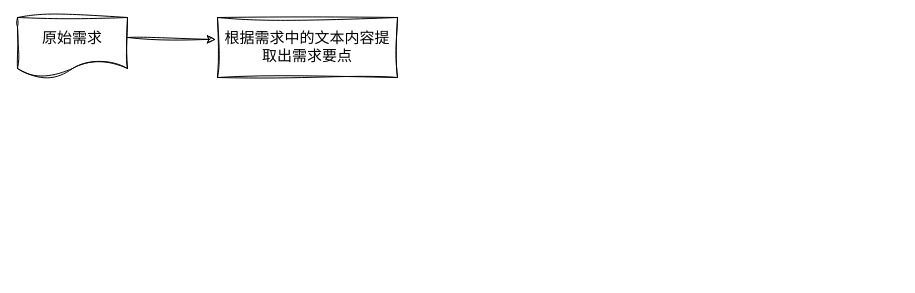
skindhu/9GAG keeps this draw.io diagram as 需求优化工作流.drawio. Above is the earlier version. Source tidied: cells renumbered, new cells numbered last; positions are measured from the earlier drawing's top-left corner, leaving out a move shared by most shapes. Both pictures are drawn from the tidied source at 100%, with x=0, y=0 at pixel (17, 17).
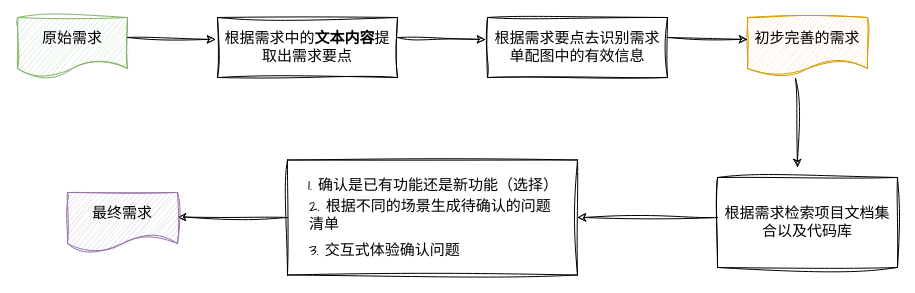
The same page after the edit.

Commit message (it also covers changes not shown here):
更新需求优化工作流.drawio

The edit, as a diff of the source:
```diff
@@
-    <mxCell id="2" value="&lt;font style=&quot;font-size: 15px;&quot;&gt;原始需求&lt;/font&gt;" style="shape=document;whiteSpace=wrap;html=1;boundedLbl=1;sketch=1;hachureGap=4;jiggle=2;curveFitting=1;fontFamily=Architects Daughter;" parent="1" vertex="1">
+    <mxCell id="2" value="&lt;font style=&quot;font-size: 15px;&quot;&gt;原始需求&lt;/font&gt;" style="shape=document;whiteSpace=wrap;html=1;boundedLbl=1;sketch=1;hachureGap=4;jiggle=2;curveFitting=1;fontFamily=Architects Daughter;fillColor=#d5e8d4;strokeColor=#82b366;" parent="1" vertex="1">
       <mxGeometry width="110" height="60" as="geometry" />
     </mxCell>
-    <mxCell id="3" value="&lt;font style=&quot;font-size: 15px;&quot;&gt;根据需求中的文本内容提取出需求要点&lt;/font&gt;" style="rounded=0;whiteSpace=wrap;html=1;sketch=1;hachureGap=4;jiggle=2;curveFitting=1;fontFamily=Architects Daughter;" parent="1" vertex="1">
+    <mxCell id="3" value="&lt;font style=&quot;font-size: 15px;&quot;&gt;根据需求中的&lt;b&gt;文本内容&lt;/b&gt;提取出需求要点&lt;/font&gt;" style="rounded=0;whiteSpace=wrap;html=1;sketch=1;hachureGap=4;jiggle=2;curveFitting=1;fontFamily=Architects Daughter;" parent="1" vertex="1">
       <mxGeometry x="200" width="180" height="60" as="geometry" />
     </mxCell>
@@
+    <mxCell id="5" value="&lt;span style=&quot;font-size: 15px;&quot;&gt;根据需求要点去识别需求单配图中的有效信息&lt;/span&gt;" style="rounded=0;whiteSpace=wrap;html=1;sketch=1;hachureGap=4;jiggle=2;curveFitting=1;fontFamily=Architects Daughter;" parent="1" vertex="1">
+      <mxGeometry x="470" width="180" height="60" as="geometry" />
+    </mxCell>
+    <mxCell id="6" style="endArrow=classic;html=1;rounded=0;sketch=1;hachureGap=4;jiggle=2;curveFitting=1;fontFamily=Architects Daughter;entryX=-0.011;entryY=0.367;entryDx=0;entryDy=0;entryPerimeter=0;" parent="1" edge="1">
+      <mxGeometry relative="1" as="geometry">
+        <mxPoint x="380" y="20" as="sourcePoint" />
+        <mxPoint x="468" y="22" as="targetPoint" />
+      </mxGeometry>
+    </mxCell>
+    <mxCell id="7" value="&lt;font style=&quot;font-size: 15px;&quot;&gt;初步完善的需求&lt;/font&gt;" style="shape=document;whiteSpace=wrap;html=1;boundedLbl=1;sketch=1;hachureGap=4;jiggle=2;curveFitting=1;fontFamily=Architects Daughter;fillColor=#ffe6cc;strokeColor=#d79b00;" parent="1" vertex="1">
+      <mxGeometry x="730" width="120" height="60" as="geometry" />
+    </mxCell>
+    <mxCell id="8" style="endArrow=classic;html=1;rounded=0;sketch=1;hachureGap=4;jiggle=2;curveFitting=1;fontFamily=Architects Daughter;" parent="1" edge="1">
+      <mxGeometry relative="1" as="geometry">
+        <mxPoint x="650" y="20" as="sourcePoint" />
+        <mxPoint x="730" y="22" as="targetPoint" />
+      </mxGeometry>
+    </mxCell>
+    <mxCell id="9" value="&lt;span style=&quot;font-size: 15px;&quot;&gt;根据需求检索项目文档集合以及代码库&lt;/span&gt;" style="rounded=0;whiteSpace=wrap;html=1;sketch=1;hachureGap=4;jiggle=2;curveFitting=1;fontFamily=Architects Daughter;" parent="1" vertex="1">
+      <mxGeometry x="700" y="160" width="180" height="90" as="geometry" />
+    </mxCell>
+    <mxCell id="10" style="endArrow=classic;html=1;rounded=0;sketch=1;hachureGap=4;jiggle=2;curveFitting=1;fontFamily=Architects Daughter;exitX=0.4;exitY=1.017;exitDx=0;exitDy=0;exitPerimeter=0;" parent="1" edge="1" source="7">
+      <mxGeometry relative="1" as="geometry">
+        <mxPoint x="780" y="150" as="targetPoint" />
+      </mxGeometry>
+    </mxCell>
+    <mxCell id="11" style="rounded=0;whiteSpace=wrap;html=1;sketch=1;hachureGap=4;jiggle=2;curveFitting=1;fontFamily=Architects Daughter;" parent="1" vertex="1">
+      <mxGeometry x="270" y="142.5" width="290" height="115" as="geometry" />
+    </mxCell>
+    <mxCell id="12" value="1. 确认是已有功能还是新功能（选择）" style="text;html=1;align=center;verticalAlign=middle;whiteSpace=wrap;rounded=0;fontFamily=Architects Daughter;fontSize=15;" parent="1" vertex="1">
+      <mxGeometry x="290" y="152.5" width="250" height="30" as="geometry" />
+    </mxCell>
+    <mxCell id="13" value="2. 根据不同的场景生成待确认的问题清单" style="text;html=1;align=left;verticalAlign=middle;whiteSpace=wrap;rounded=0;fontFamily=Architects Daughter;fontSize=15;" parent="1" vertex="1">
+      <mxGeometry x="290" y="182.5" width="250" height="30" as="geometry" />
+    </mxCell>
+    <mxCell id="14" value="3. 交互式体验确认问题" style="text;html=1;align=left;verticalAlign=middle;whiteSpace=wrap;rounded=0;fontFamily=Architects Daughter;fontSize=15;" parent="1" vertex="1">
+      <mxGeometry x="290" y="217.5" width="190" height="30" as="geometry" />
+    </mxCell>
+    <mxCell id="15" style="endArrow=classic;html=1;rounded=0;sketch=1;hachureGap=4;jiggle=2;curveFitting=1;fontFamily=Architects Daughter;" parent="1" edge="1">
+      <mxGeometry relative="1" as="geometry">
+        <mxPoint x="700" y="200" as="sourcePoint" />
+        <mxPoint x="560" y="200" as="targetPoint" />
+      </mxGeometry>
+    </mxCell>
+    <mxCell id="16" style="endArrow=classic;html=1;rounded=0;sketch=1;hachureGap=4;jiggle=2;curveFitting=1;fontFamily=Architects Daughter;" parent="1" edge="1">
+      <mxGeometry relative="1" as="geometry">
+        <mxPoint x="270" y="200" as="sourcePoint" />
+        <mxPoint x="160" y="199.5" as="targetPoint" />
+      </mxGeometry>
+    </mxCell>
+    <mxCell id="17" value="&lt;font style=&quot;font-size: 15px;&quot;&gt;最终需求&lt;/font&gt;" style="shape=document;whiteSpace=wrap;html=1;boundedLbl=1;sketch=1;hachureGap=4;jiggle=2;curveFitting=1;fontFamily=Architects Daughter;fillColor=#e1d5e7;strokeColor=#9673a6;" parent="1" vertex="1">
+      <mxGeometry x="50" y="175" width="110" height="60" as="geometry" />
+    </mxCell>
```
